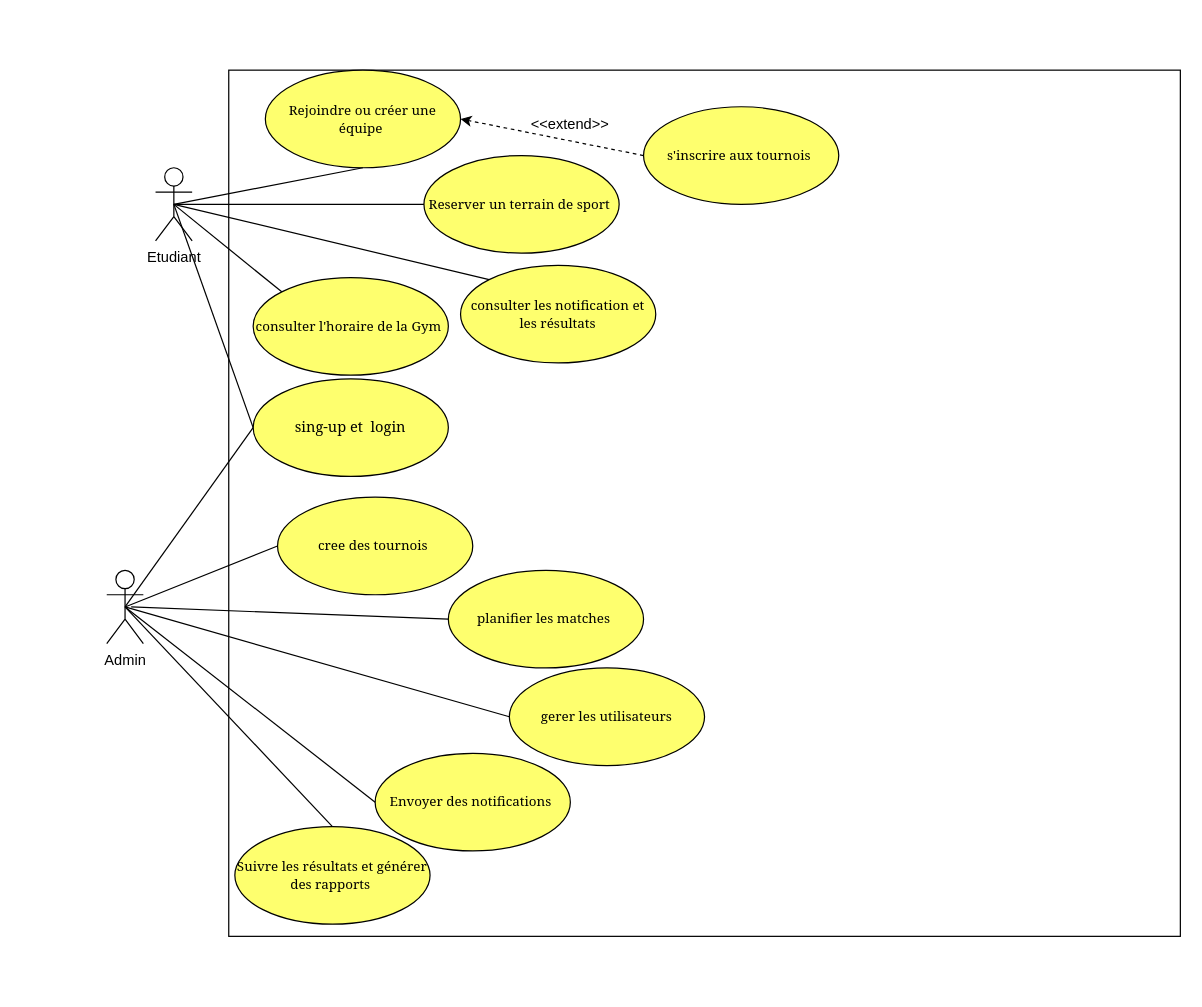
Before: use case.drawio in oualidazemray/ENIIMSPORTS-v2, a draw.io diagram. Source tidied: cells renumbered, new cells numbered last; positions are measured from the earlier drawing's top-left corner, leaving out a move shared by most shapes. Both pictures are drawn from the tidied source at 122%, with x=0, y=0 at pixel (106, 70).
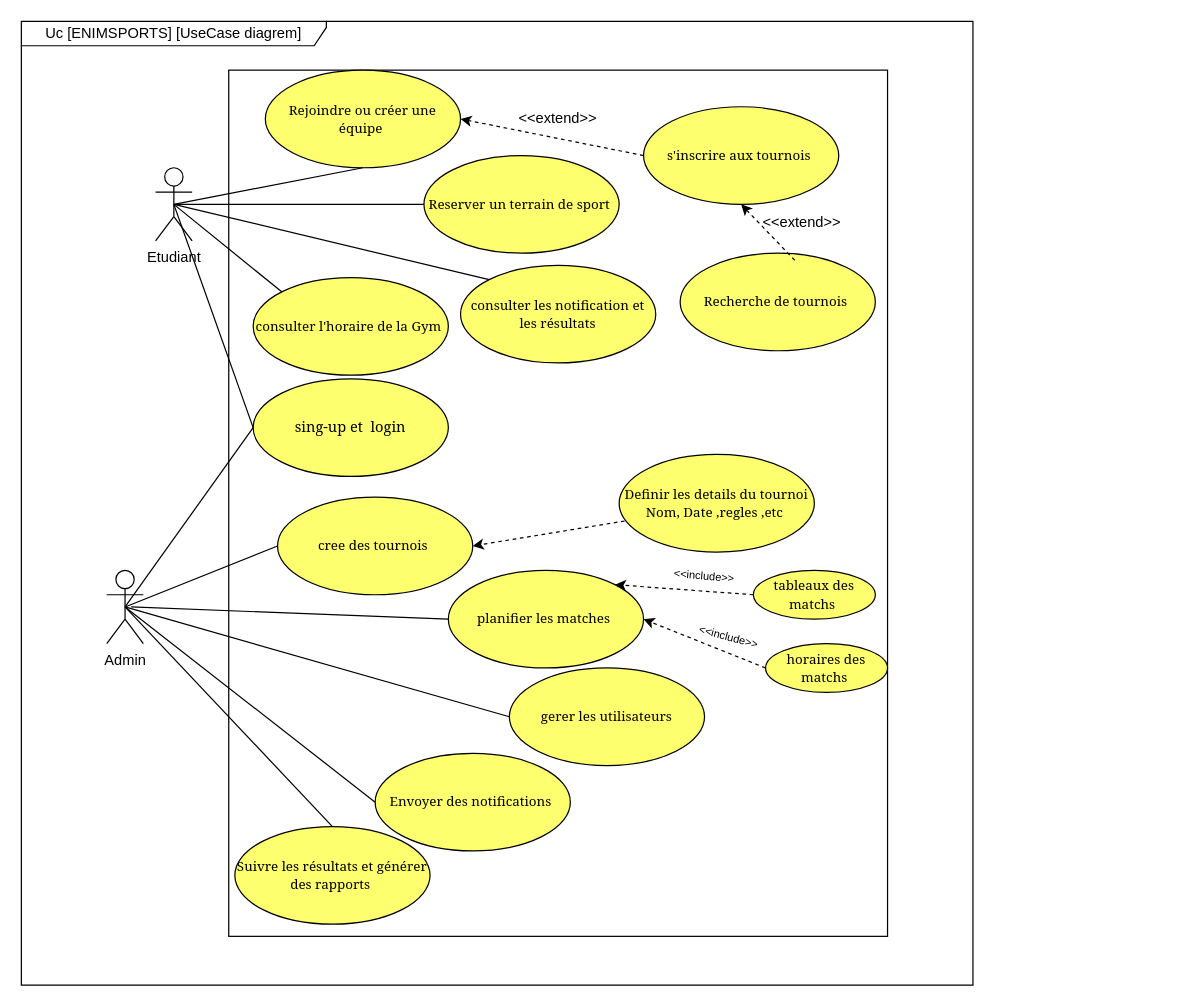
The same diagram, later.

The change refers to these unchanged cells:
```xml
<mxCell id="5" value="&lt;font style=&quot;font-size: 11px;&quot; face=&quot;Georgia&quot;&gt;s'inscrire aux tournois&amp;nbsp;&lt;/font&gt;" style="ellipse;whiteSpace=wrap;html=1;fillColor=#FEFF6E;" parent="1" vertex="1">
  <mxGeometry x="440" y="30" width="160" height="80" as="geometry" />
</mxCell>
<mxCell id="11" value="&lt;font face=&quot;Georgia&quot;&gt;&lt;span style=&quot;font-size: 11px;&quot;&gt;cree des tournois&amp;nbsp;&lt;/span&gt;&lt;/font&gt;" style="ellipse;whiteSpace=wrap;html=1;fillColor=#FEFF6E;" parent="1" vertex="1">
  <mxGeometry x="140" y="350" width="160" height="80" as="geometry" />
</mxCell>
<mxCell id="12" value="&lt;font face=&quot;Georgia&quot;&gt;&lt;span style=&quot;font-size: 11px;&quot;&gt;planifier les matches&amp;nbsp;&lt;/span&gt;&lt;/font&gt;" style="ellipse;whiteSpace=wrap;html=1;fillColor=#FEFF6E;" parent="1" vertex="1">
  <mxGeometry x="280" y="410" width="160" height="80" as="geometry" />
</mxCell>
```

What changed in the source:
```diff
@@
     <mxCell id="4" style="rounded=0;whiteSpace=wrap;html=1;fillColor=none;" parent="1" vertex="1">
-      <mxGeometry x="100" width="780" height="710" as="geometry" />
+      <mxGeometry x="100" width="540" height="710" as="geometry" />
     </mxCell>
@@
     <mxCell id="28" value="&amp;lt;&amp;lt;extend&amp;gt;&amp;gt;" style="text;html=1;align=center;verticalAlign=middle;whiteSpace=wrap;rounded=0;" parent="1" vertex="1">
-      <mxGeometry x="350" y="30" width="60" height="30" as="geometry" />
+      <mxGeometry x="540" y="110" width="60" height="30" as="geometry" />
     </mxCell>
+    <mxCell id="29" value="&lt;font style=&quot;font-size: 11px;&quot; face=&quot;Georgia&quot;&gt;Definir les details du tournoi&lt;/font&gt;&lt;div&gt;&lt;font style=&quot;font-size: 11px;&quot; face=&quot;Georgia&quot;&gt;Nom, Date ,regles ,etc&amp;nbsp;&lt;/font&gt;&lt;/div&gt;" style="ellipse;whiteSpace=wrap;html=1;fillColor=#FEFF6E;" parent="1" vertex="1">
+      <mxGeometry x="420" y="315" width="160" height="80" as="geometry" />
+    </mxCell>
+    <mxCell id="30" value="&amp;lt;&amp;lt;include&amp;gt;&amp;gt;" style="text;html=1;align=center;verticalAlign=middle;whiteSpace=wrap;rounded=0;rotation=15;fontSize=9;" parent="1" vertex="1">
+      <mxGeometry x="490" y="450" width="40" height="30" as="geometry" />
+    </mxCell>
+    <mxCell id="31" style="endArrow=classic;startArrow=none;html=1;rounded=0;exitX=0.028;exitY=0.682;exitDx=0;exitDy=0;exitPerimeter=0;entryX=1;entryY=0.5;entryDx=0;entryDy=0;dashed=1;startFill=0;endFill=1;" parent="1" edge="1" source="29" target="11">
+      <mxGeometry relative="1" as="geometry" />
+    </mxCell>
+    <mxCell id="32" value="&lt;font face=&quot;Georgia&quot;&gt;&lt;span style=&quot;font-size: 11px;&quot;&gt;tableaux des matchs&amp;nbsp;&lt;/span&gt;&lt;/font&gt;" style="ellipse;whiteSpace=wrap;html=1;fillColor=#FEFF6E;" parent="1" vertex="1">
+      <mxGeometry x="530" y="410" width="100" height="40" as="geometry" />
+    </mxCell>
+    <mxCell id="33" value="&lt;font face=&quot;Georgia&quot;&gt;&lt;span style=&quot;font-size: 11px;&quot;&gt;horaires des matchs&amp;nbsp;&lt;/span&gt;&lt;/font&gt;" style="ellipse;whiteSpace=wrap;html=1;fillColor=#FEFF6E;" parent="1" vertex="1">
+      <mxGeometry x="540" y="470" width="100" height="40" as="geometry" />
+    </mxCell>
+    <mxCell id="34" style="endArrow=classic;startArrow=none;html=1;rounded=0;exitX=0;exitY=0.5;exitDx=0;exitDy=0;entryX=1;entryY=0;entryDx=0;entryDy=0;dashed=1;startFill=0;endFill=1;" parent="1" edge="1" source="32" target="12">
+      <mxGeometry relative="1" as="geometry" />
+    </mxCell>
+    <mxCell id="35" style="endArrow=classic;startArrow=none;html=1;rounded=0;exitX=0;exitY=0.5;exitDx=0;exitDy=0;entryX=1;entryY=0.5;entryDx=0;entryDy=0;dashed=1;startFill=0;endFill=1;" parent="1" edge="1" source="33" target="12">
+      <mxGeometry relative="1" as="geometry" />
+    </mxCell>
+    <mxCell id="36" value="&amp;lt;&amp;lt;include&amp;gt;&amp;gt;" style="text;html=1;align=center;verticalAlign=middle;whiteSpace=wrap;rounded=0;rotation=5;fontSize=9;" parent="1" vertex="1">
+      <mxGeometry x="470" y="400" width="40" height="30" as="geometry" />
+    </mxCell>
+    <mxCell id="37" value="&lt;font style=&quot;font-size: 11px;&quot; face=&quot;Georgia&quot;&gt;Recherche de tournois&amp;nbsp;&lt;/font&gt;" style="ellipse;whiteSpace=wrap;html=1;fillColor=#FEFF6E;" parent="1" vertex="1">
+      <mxGeometry x="470" y="150" width="160" height="80" as="geometry" />
+    </mxCell>
+    <mxCell id="38" style="endArrow=classic;html=1;rounded=0;entryX=0.5;entryY=1;entryDx=0;entryDy=0;exitX=0.587;exitY=0.073;exitDx=0;exitDy=0;dashed=1;exitPerimeter=0;" parent="1" edge="1" source="37" target="5">
+      <mxGeometry relative="1" as="geometry" />
+    </mxCell>
+    <mxCell id="39" value="&amp;lt;&amp;lt;extend&amp;gt;&amp;gt;" style="text;html=1;align=center;verticalAlign=middle;whiteSpace=wrap;rounded=0;" parent="1" vertex="1">
+      <mxGeometry x="340" y="25" width="60" height="30" as="geometry" />
+    </mxCell>
+    <mxCell id="40" value="Uc [ENIMSPORTS] [UseCase diagrem]" style="shape=umlFrame;whiteSpace=wrap;html=1;width=250;height=20;" parent="1" vertex="1">
+      <mxGeometry x="-70" y="-40" width="780" height="790" as="geometry" />
+    </mxCell>
```
